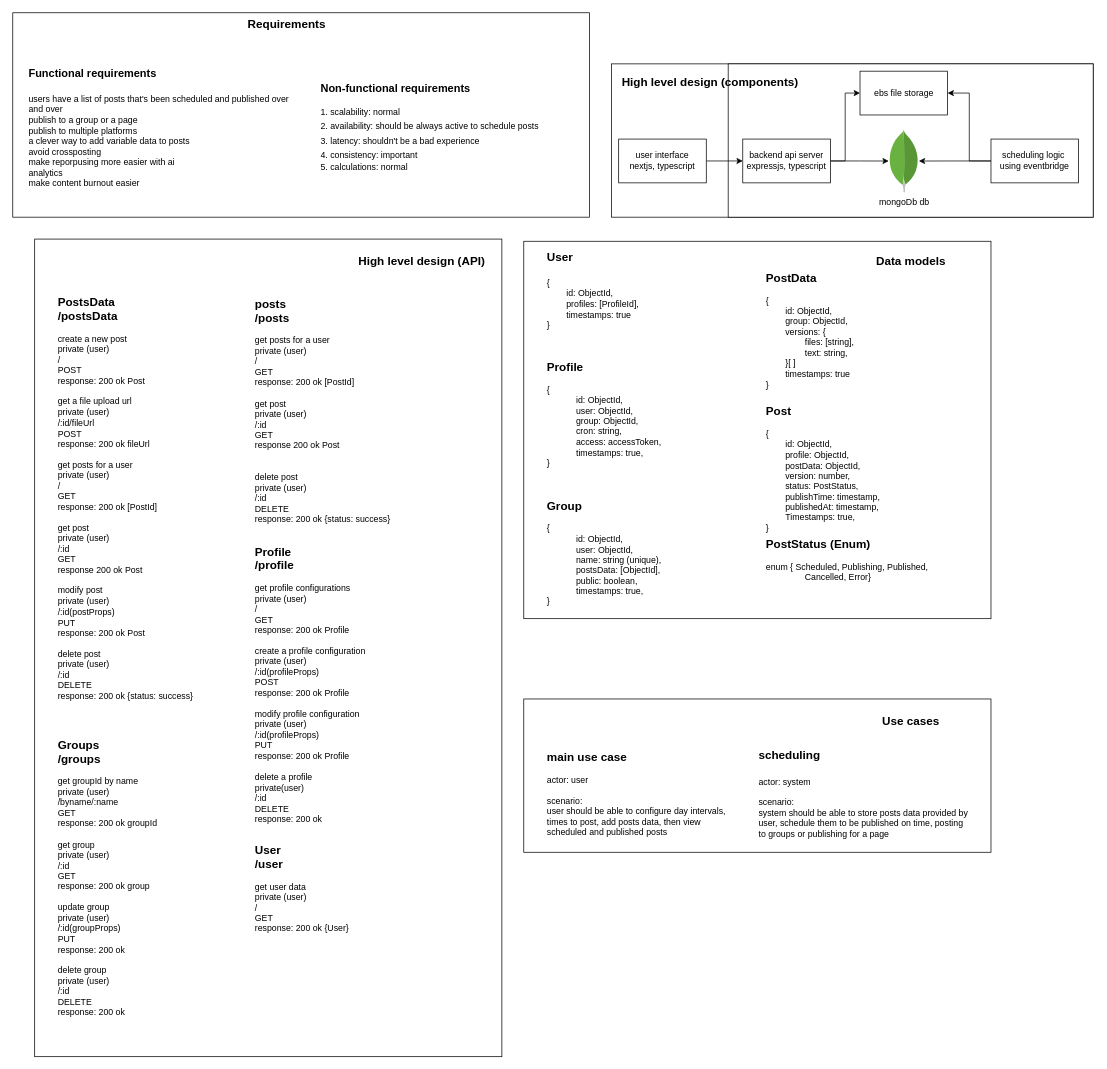
Earlier version of the draw.io diagram page "high-level" (1 of 4) of auto-post.drawio (ahmed-elbehairy7/pamylka-system-design). Source tidied: cells renumbered, new cells numbered last; positions are measured from the earlier drawing's top-left corner, leaving out a move shared by most shapes. Both pictures are drawn from the tidied source at 73%, with x=0, y=0 at pixel (12, 12).
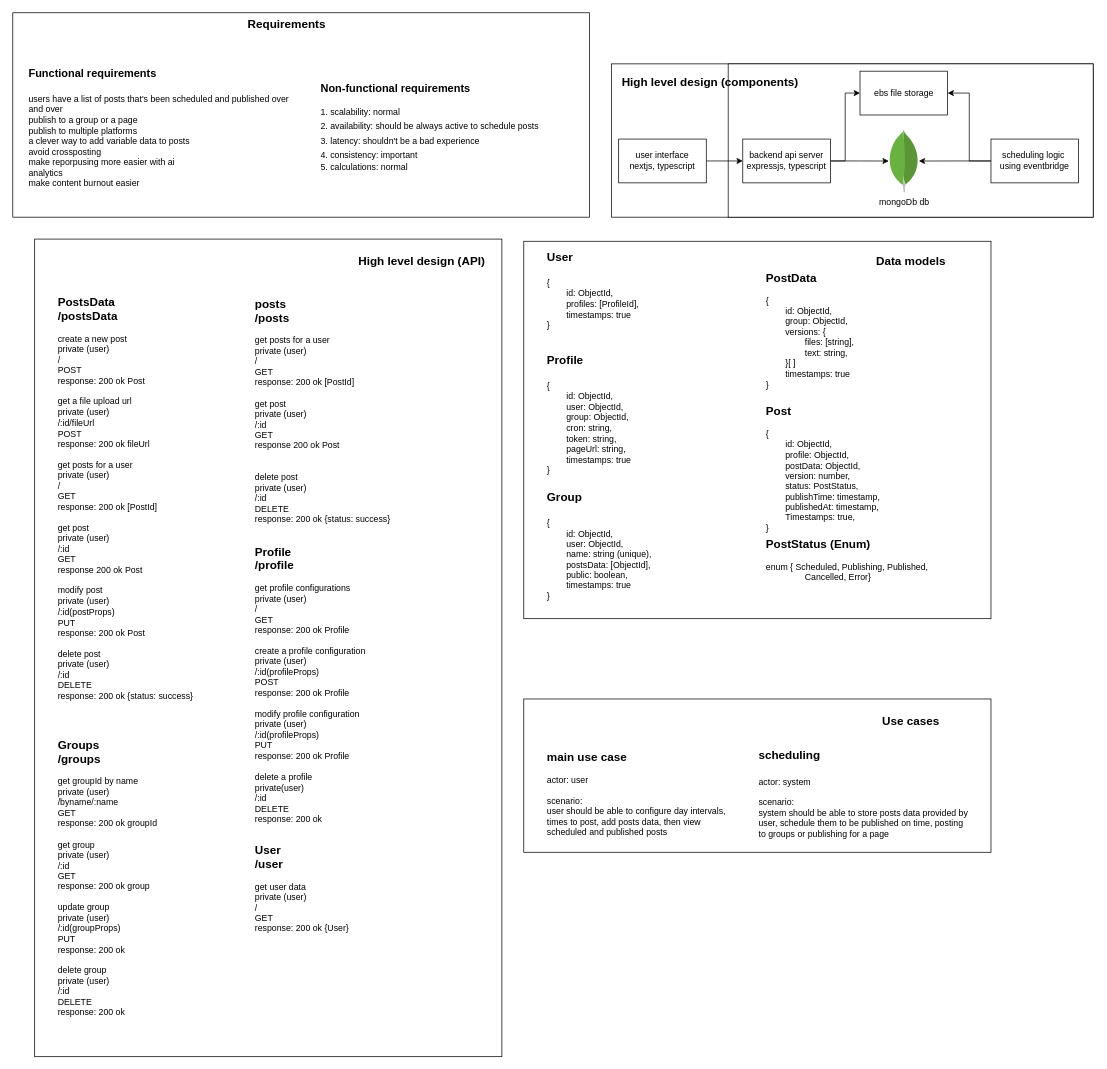
The same diagram, later.

Unchanged cells that the change refers to:
```xml
<mxCell id="34" style="group;" parent="1" vertex="1">
  <mxGeometry x="700" y="310" width="642" height="524" as="geometry" />
</mxCell>
```

Change to the diagram source:
```diff
@@
-    <mxCell id="36" value="&lt;div&gt;&lt;b style=&quot;font-size: 16px; background-color: transparent; color: light-dark(rgb(0, 0, 0), rgb(255, 255, 255));&quot;&gt;Profile&lt;/b&gt;&lt;/div&gt;&lt;div&gt;&lt;br&gt;&lt;/div&gt;&lt;div&gt;{&lt;/div&gt;&lt;blockquote style=&quot;margin: 0 0 0 40px; border: none; padding: 0px;&quot;&gt;&lt;div&gt;id: ObjectId,&lt;/div&gt;&lt;div&gt;user: ObjectId,&lt;/div&gt;&lt;div&gt;&lt;span style=&quot;background-color: transparent; color: light-dark(rgb(0, 0, 0), rgb(255, 255, 255));&quot;&gt;group: ObjectId,&lt;/span&gt;&lt;/div&gt;&lt;div&gt;&lt;span style=&quot;background-color: transparent; color: light-dark(rgb(0, 0, 0), rgb(255, 255, 255));&quot;&gt;cron: string,&lt;/span&gt;&lt;/div&gt;&lt;div&gt;&lt;span style=&quot;background-color: transparent; color: light-dark(rgb(0, 0, 0), rgb(255, 255, 255));&quot;&gt;access: accessToken,&lt;/span&gt;&lt;/div&gt;&lt;div&gt;timestamps: true,&lt;/div&gt;&lt;/blockquote&gt;&lt;div&gt;&lt;span style=&quot;background-color: transparent; color: light-dark(rgb(0, 0, 0), rgb(255, 255, 255));&quot;&gt;}&lt;/span&gt;&lt;/div&gt;" style="text;html=1;align=left;verticalAlign=middle;strokeColor=none;fillColor=none;" parent="34" vertex="1">
-      <mxGeometry x="30" y="160" width="180" height="160" as="geometry" />
-    </mxCell>
@@
-    <mxCell id="42" value="&lt;div&gt;&lt;span style=&quot;font-size: 16px;&quot;&gt;&lt;b&gt;Group&lt;/b&gt;&lt;/span&gt;&lt;/div&gt;&lt;div&gt;&lt;br&gt;&lt;/div&gt;&lt;div&gt;{&lt;/div&gt;&lt;blockquote style=&quot;margin: 0 0 0 40px; border: none; padding: 0px;&quot;&gt;&lt;div&gt;id: ObjectId,&lt;/div&gt;&lt;div&gt;&lt;span style=&quot;background-color: transparent; color: light-dark(rgb(0, 0, 0), rgb(255, 255, 255));&quot;&gt;user: ObjectId,&lt;/span&gt;&lt;/div&gt;&lt;div&gt;&lt;span style=&quot;background-color: transparent; color: light-dark(rgb(0, 0, 0), rgb(255, 255, 255));&quot;&gt;&lt;div&gt;name: string (unique),&lt;/div&gt;&lt;/span&gt;&lt;/div&gt;&lt;div&gt;&lt;span style=&quot;background-color: transparent; color: light-dark(rgb(0, 0, 0), rgb(255, 255, 255));&quot;&gt;postsData: [ObjectId],&lt;/span&gt;&lt;/div&gt;&lt;div&gt;&lt;span style=&quot;background-color: transparent; color: light-dark(rgb(0, 0, 0), rgb(255, 255, 255));&quot;&gt;public: boolean,&lt;/span&gt;&lt;/div&gt;&lt;div&gt;&lt;span style=&quot;background-color: transparent; color: light-dark(rgb(0, 0, 0), rgb(255, 255, 255));&quot;&gt;timestamps: true,&lt;/span&gt;&lt;/div&gt;&lt;/blockquote&gt;&lt;div&gt;&lt;span style=&quot;background-color: transparent; color: light-dark(rgb(0, 0, 0), rgb(255, 255, 255));&quot;&gt;}&lt;/span&gt;&lt;/div&gt;" style="text;html=1;align=left;verticalAlign=middle;strokeColor=none;fillColor=none;" parent="34" vertex="1">
-      <mxGeometry x="30" y="350" width="180" height="160" as="geometry" />
-    </mxCell>
+    <mxCell id="43" value="&lt;div&gt;&lt;span style=&quot;font-size: 16px;&quot;&gt;&lt;b&gt;Profile&lt;/b&gt;&lt;/span&gt;&lt;/div&gt;&lt;div&gt;&lt;span style=&quot;font-size: 16px;&quot;&gt;&lt;b&gt;&lt;br&gt;&lt;/b&gt;&lt;/span&gt;&lt;/div&gt;&lt;div&gt;{&lt;/div&gt;&lt;div&gt;&lt;span style=&quot;white-space: pre;&quot;&gt;&#9;&lt;/span&gt;id: ObjectId,&lt;/div&gt;&lt;div&gt;&lt;span style=&quot;white-space: pre;&quot;&gt;&#9;&lt;/span&gt;user: ObjectId,&lt;br&gt;&lt;/div&gt;&lt;div&gt;&lt;span style=&quot;white-space: pre;&quot;&gt;&#9;&lt;/span&gt;group: ObjectId,&lt;br&gt;&lt;/div&gt;&lt;div&gt;&lt;span style=&quot;white-space: pre;&quot;&gt;&#9;&lt;/span&gt;cron: string,&lt;br&gt;&lt;/div&gt;&lt;div&gt;&lt;span style=&quot;white-space: pre;&quot;&gt;&#9;&lt;/span&gt;token: string,&lt;br&gt;&lt;/div&gt;&lt;div&gt;&lt;span style=&quot;white-space: pre;&quot;&gt;&#9;&lt;/span&gt;pageUrl: string,&lt;br&gt;&lt;/div&gt;&lt;div&gt;&lt;span style=&quot;background-color: transparent; white-space-collapse: preserve;&quot;&gt;&#9;&lt;/span&gt;&lt;span style=&quot;background-color: transparent;&quot;&gt;timestamps: true&lt;/span&gt;&lt;/div&gt;&lt;div&gt;}&lt;/div&gt;" style="text;html=1;align=left;verticalAlign=middle;strokeColor=none;fillColor=none;" parent="34" vertex="1">
+      <mxGeometry x="30" y="150" width="140" height="180" as="geometry" />
+    </mxCell>
+    <mxCell id="44" value="&lt;div&gt;&lt;span style=&quot;font-size: 16px;&quot;&gt;&lt;b&gt;Group&lt;/b&gt;&lt;/span&gt;&lt;/div&gt;&lt;div&gt;&lt;span style=&quot;font-size: 16px;&quot;&gt;&lt;b&gt;&lt;br&gt;&lt;/b&gt;&lt;/span&gt;&lt;/div&gt;&lt;div&gt;{&lt;/div&gt;&lt;div&gt;&lt;span style=&quot;white-space: pre;&quot;&gt;&#9;&lt;/span&gt;id: ObjectId,&lt;/div&gt;&lt;div&gt;&lt;span style=&quot;white-space: pre;&quot;&gt;&#9;&lt;/span&gt;user: ObjectId,&lt;br&gt;&lt;/div&gt;&lt;div&gt;&lt;span style=&quot;white-space: pre;&quot;&gt;&#9;&lt;/span&gt;name: string (unique),&lt;br&gt;&lt;/div&gt;&lt;div&gt;&lt;span style=&quot;white-space: pre;&quot;&gt;&#9;&lt;/span&gt;postsData: [ObjectId],&lt;br&gt;&lt;/div&gt;&lt;div&gt;&lt;span style=&quot;white-space: pre;&quot;&gt;&#9;&lt;/span&gt;public: boolean,&lt;/div&gt;&lt;div&gt;&lt;span style=&quot;background-color: transparent; white-space-collapse: preserve;&quot;&gt;&#9;&lt;/span&gt;&lt;span style=&quot;background-color: transparent;&quot;&gt;timestamps: true&lt;/span&gt;&lt;/div&gt;&lt;div&gt;}&lt;/div&gt;" style="text;html=1;align=left;verticalAlign=middle;strokeColor=none;fillColor=none;" parent="34" vertex="1">
+      <mxGeometry x="30" y="335" width="170" height="170" as="geometry" />
+    </mxCell>
```
